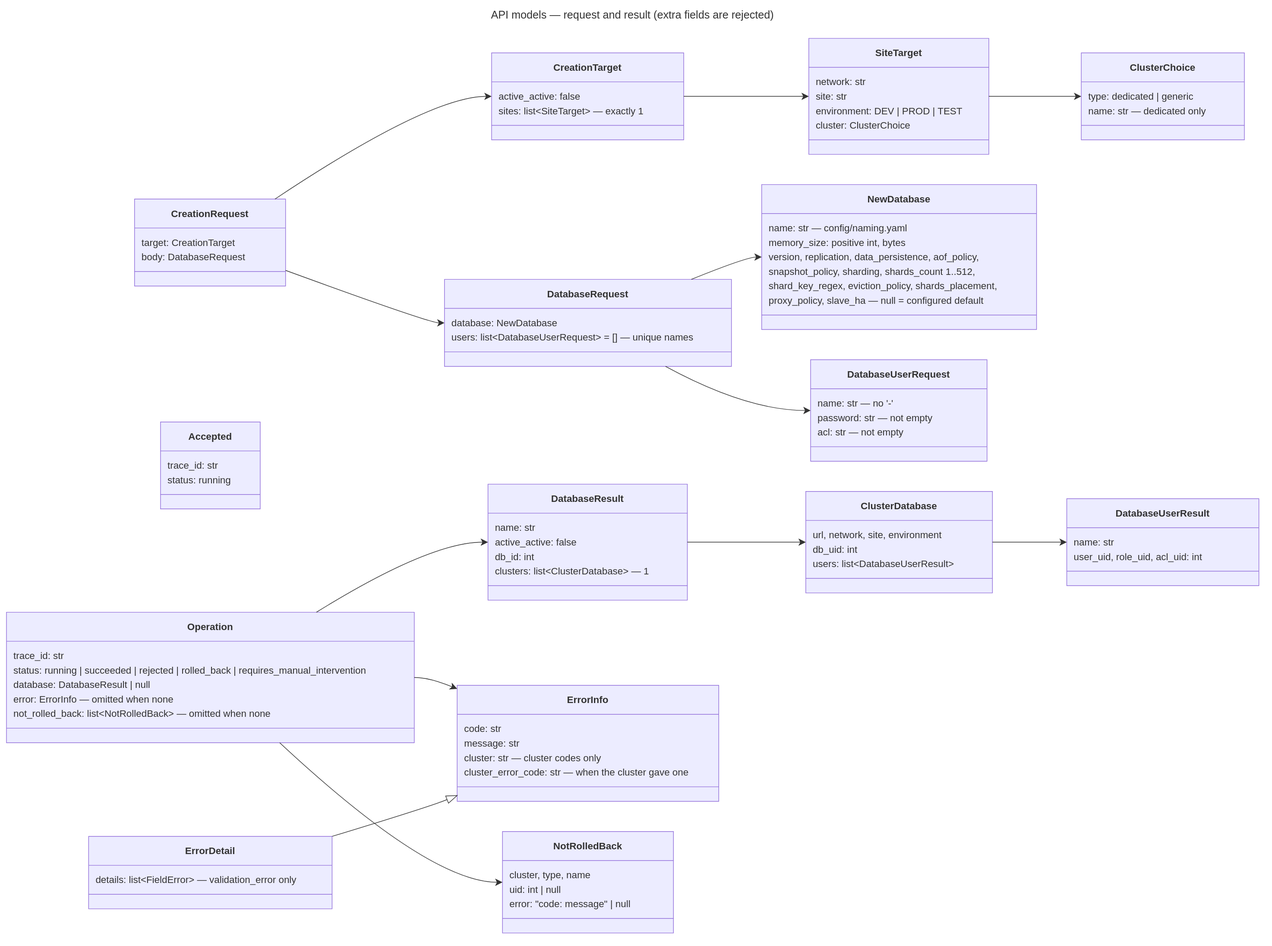
EliShteinman/redis-enterprise-services keeps this draw.io diagram as docs/diagrams/19-api-models.drawio.svg. Above is the earlier version. Source tidied: cells renumbered, new cells last; positions are measured from the earlier drawing's top-left corner, leaving out a move shared by most shapes.
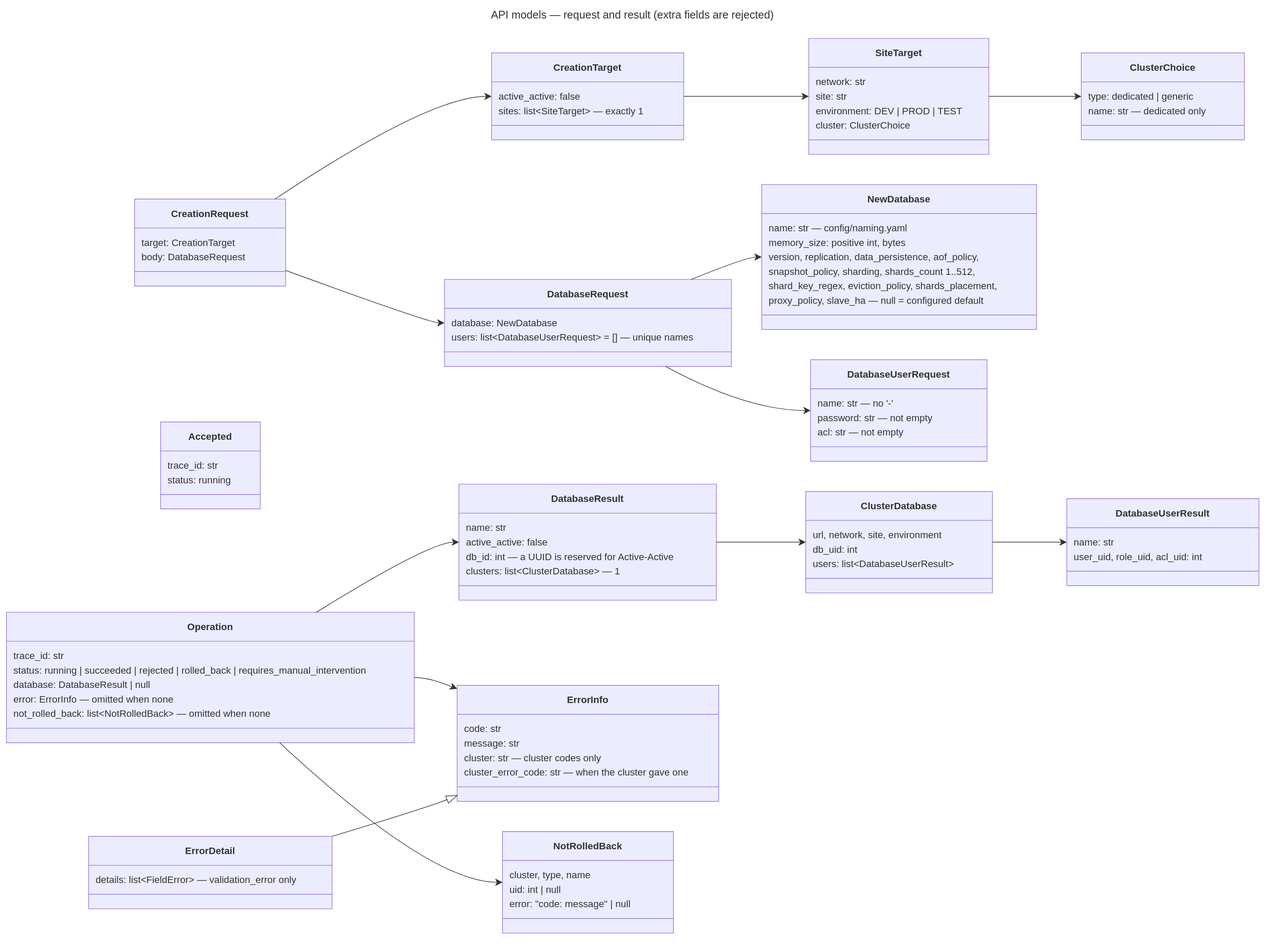
The same diagram one commit later.

Diff of the diagram source:
```diff
@@ -141,22 +141,22 @@
       <mxGeometry y="180" width="675" height="24" as="geometry" />
     </mxCell>
     <mxCell id="48" value="&lt;b&gt;DatabaseResult&lt;/b&gt;" style="swimlane;html=1;fontStyle=1;fontSize=16;align=center;verticalAlign=middle;horizontal=1;startSize=48;swimlaneFillColor=light-dark(#ECECFF,#1f2020);whiteSpace=wrap;fillColor=light-dark(#ECECFF,#1f2020);strokeColor=light-dark(#9370DB,#cccccc);fontColor=light-dark(#333333,#cccccc);fontFamily=Trebuchet MS,Verdana,Arial,sans-serif;" parent="1" vertex="1">
-      <mxGeometry x="797" y="791" width="330" height="192" as="geometry" />
+      <mxGeometry x="749" y="791" width="426" height="192" as="geometry" />
     </mxCell>
     <mxCell id="49" value="name: str" style="text;fontSize=16;strokeColor=none;fillColor=none;align=left;verticalAlign=middle;spacingLeft=10;spacingRight=12;spacingBottom=2;overflow=hidden;fontFamily=Trebuchet MS,Verdana,Arial,sans-serif;fontColor=light-dark(#333333,#cccccc);" parent="48" vertex="1">
-      <mxGeometry y="60" width="330" height="24" as="geometry" />
+      <mxGeometry y="60" width="426" height="24" as="geometry" />
     </mxCell>
     <mxCell id="50" value="active_active: false" style="text;fontSize=16;strokeColor=none;fillColor=none;align=left;verticalAlign=middle;spacingLeft=10;spacingRight=12;spacingBottom=2;overflow=hidden;fontFamily=Trebuchet MS,Verdana,Arial,sans-serif;fontColor=light-dark(#333333,#cccccc);" parent="48" vertex="1">
-      <mxGeometry y="84" width="330" height="24" as="geometry" />
+      <mxGeometry y="84" width="426" height="24" as="geometry" />
     </mxCell>
-    <mxCell id="51" value="db_id: int" style="text;fontSize=16;strokeColor=none;fillColor=none;align=left;verticalAlign=middle;spacingLeft=10;spacingRight=12;spacingBottom=2;overflow=hidden;fontFamily=Trebuchet MS,Verdana,Arial,sans-serif;fontColor=light-dark(#333333,#cccccc);" parent="48" vertex="1">
-      <mxGeometry y="108" width="330" height="24" as="geometry" />
+    <mxCell id="51" value="db_id: int — a UUID is reserved for Active-Active" style="text;fontSize=16;strokeColor=none;fillColor=none;align=left;verticalAlign=middle;spacingLeft=10;spacingRight=12;spacingBottom=2;overflow=hidden;fontFamily=Trebuchet MS,Verdana,Arial,sans-serif;fontColor=light-dark(#333333,#cccccc);" parent="48" vertex="1">
+      <mxGeometry y="108" width="426" height="24" as="geometry" />
     </mxCell>
     <mxCell id="52" value="clusters: list&lt;ClusterDatabase&gt; — 1" style="text;fontSize=16;strokeColor=none;fillColor=none;align=left;verticalAlign=middle;spacingLeft=10;spacingRight=12;spacingBottom=2;overflow=hidden;fontFamily=Trebuchet MS,Verdana,Arial,sans-serif;fontColor=light-dark(#333333,#cccccc);" parent="48" vertex="1">
-      <mxGeometry y="132" width="330" height="24" as="geometry" />
+      <mxGeometry y="132" width="426" height="24" as="geometry" />
     </mxCell>
     <mxCell id="53" style="line;strokeWidth=1;fillColor=none;spacingLeft=3;spacingRight=3;strokeColor=inherit;" parent="48" vertex="1">
-      <mxGeometry y="156" width="330" height="24" as="geometry" />
+      <mxGeometry y="156" width="426" height="24" as="geometry" />
     </mxCell>
     <mxCell id="54" value="&lt;b&gt;ClusterDatabase&lt;/b&gt;" style="swimlane;html=1;fontStyle=1;fontSize=16;align=center;verticalAlign=middle;horizontal=1;startSize=48;swimlaneFillColor=light-dark(#ECECFF,#1f2020);whiteSpace=wrap;fillColor=light-dark(#ECECFF,#1f2020);strokeColor=light-dark(#9370DB,#cccccc);fontColor=light-dark(#333333,#cccccc);fontFamily=Trebuchet MS,Verdana,Arial,sans-serif;" parent="1" vertex="1">
       <mxGeometry x="1323" y="803" width="309" height="168" as="geometry" />
```
